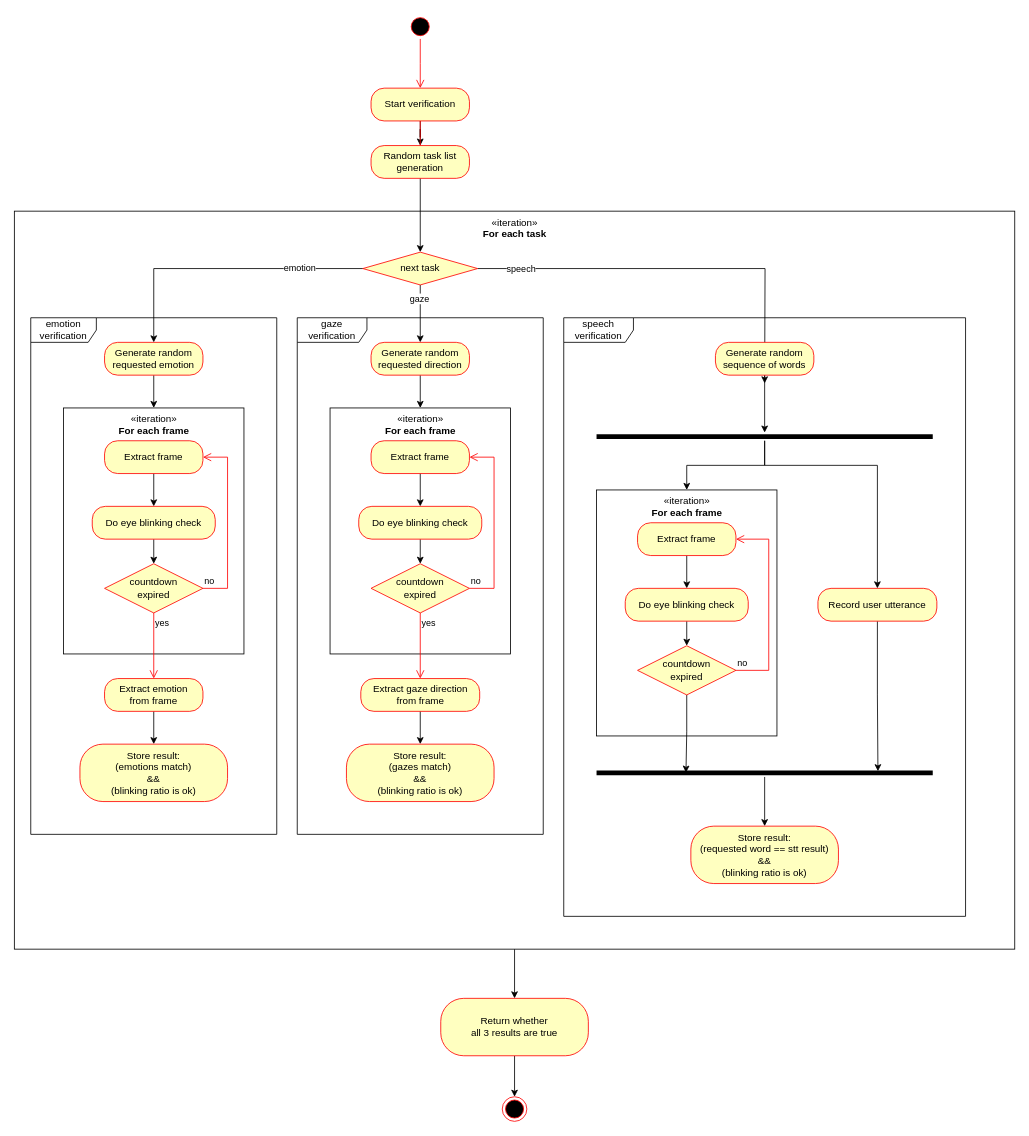
Before: docs/fusion-activity-diagram.drawio in IdentiMood/LittleAntispoof, a draw.io diagram. Source tidied: cells renumbered, new cells numbered last; positions are measured from the earlier drawing's top-left corner, leaving out a move shared by most shapes. Both pictures are drawn from the tidied source at 82%, with x=0, y=0 at pixel (14, 14).
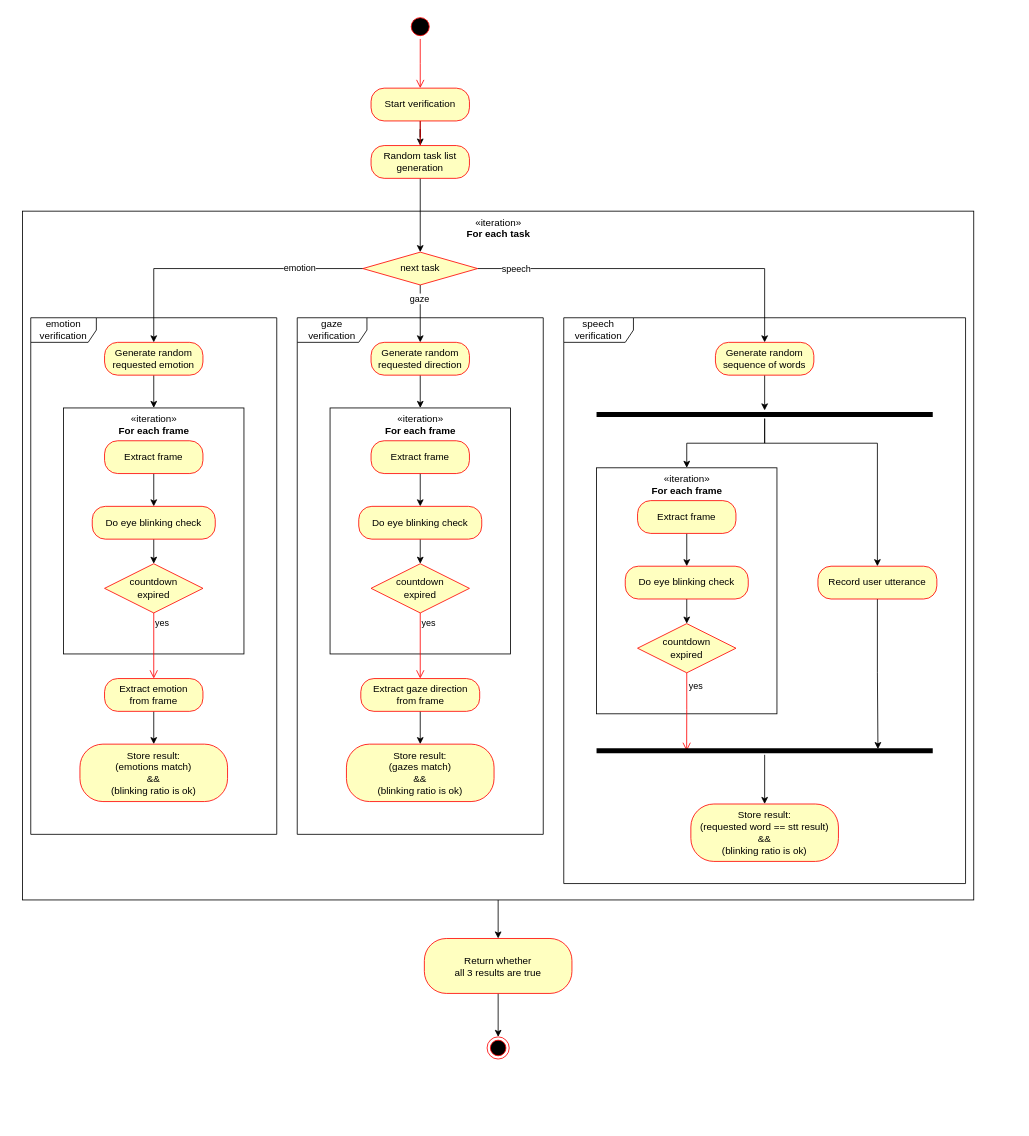
After the change.

Commit message:
Update activity diagram

Unchanged cells that the change refers to:
```xml
<mxCell id="17" value="Extract frame" style="rounded=1;whiteSpace=wrap;html=1;arcSize=40;fontColor=#000000;fillColor=#ffffc0;strokeColor=#ff0000;" parent="1" vertex="1">
  <mxGeometry x="110" y="520" width="120" height="40" as="geometry" />
</mxCell>
<mxCell id="20" value="countdown&lt;br&gt;expired" style="rhombus;whiteSpace=wrap;html=1;fillColor=#ffffc0;strokeColor=#ff0000;" parent="1" vertex="1">
  <mxGeometry x="110" y="670" width="120" height="60" as="geometry" />
</mxCell>
<mxCell id="32" value="next task" style="rhombus;whiteSpace=wrap;html=1;fillColor=#ffffc0;strokeColor=#ff0000;" parent="1" vertex="1">
  <mxGeometry x="425" y="290" width="140" height="40" as="geometry" />
</mxCell>
<mxCell id="38" value="Extract frame" style="rounded=1;whiteSpace=wrap;html=1;arcSize=40;fontColor=#000000;fillColor=#ffffc0;strokeColor=#ff0000;" parent="1" vertex="1">
  <mxGeometry x="435" y="520" width="120" height="40" as="geometry" />
</mxCell>
<mxCell id="41" value="countdown&lt;br&gt;expired" style="rhombus;whiteSpace=wrap;html=1;fillColor=#ffffc0;strokeColor=#ff0000;" parent="1" vertex="1">
  <mxGeometry x="435" y="670" width="120" height="60" as="geometry" />
</mxCell>
<mxCell id="48" value="Generate random sequence of words" style="rounded=1;whiteSpace=wrap;html=1;arcSize=40;fontColor=#000000;fillColor=#ffffc0;strokeColor=#ff0000;" parent="1" vertex="1">
  <mxGeometry x="855" y="400" width="120" height="40" as="geometry" />
</mxCell>
```

What changed in the source:
```diff
@@
     <mxCell id="3" value="«iteration»&lt;br&gt;&lt;b&gt;For each task&lt;/b&gt;" style="html=1;verticalAlign=top;" parent="1" vertex="1">
-      <mxGeometry y="240" width="1220" height="900" as="geometry" />
+      <mxGeometry x="10" y="240" width="1160" height="840" as="geometry" />
     </mxCell>
     <mxCell id="4" value="speech&lt;br&gt;verification" style="shape=umlFrame;whiteSpace=wrap;html=1;width=85;height=30;" parent="1" vertex="1">
-      <mxGeometry x="670" y="370" width="490" height="730" as="geometry" />
+      <mxGeometry x="670" y="370" width="490" height="690" as="geometry" />
     </mxCell>
@@
-    <mxCell id="21" value="no" style="edgeStyle=orthogonalEdgeStyle;html=1;align=left;verticalAlign=bottom;endArrow=open;endSize=8;strokeColor=#ff0000;rounded=0;entryX=1;entryY=0.5;entryDx=0;entryDy=0;" parent="1" edge="1" source="20" target="17">
-      <mxGeometry x="-1" relative="1" as="geometry">
-        <Array as="points">
-          <mxPoint x="260" y="700" />
-          <mxPoint x="260" y="540" />
-        </Array>
-      </mxGeometry>
-    </mxCell>
@@
-    <mxCell id="30" style="edgeStyle=orthogonalEdgeStyle;rounded=0;jettySize=auto;html=1;entryX=0.5;entryY=0;entryDx=0;entryDy=0;" parent="1" edge="1" source="32">
-      <mxGeometry relative="1" as="geometry">
-        <mxPoint x="915" y="450" as="targetPoint" />
-      </mxGeometry>
+    <mxCell id="30" style="edgeStyle=orthogonalEdgeStyle;rounded=0;jettySize=auto;html=1;entryX=0.5;entryY=0;entryDx=0;entryDy=0;" parent="1" edge="1" source="32" target="48">
+      <mxGeometry relative="1" as="geometry" />
     </mxCell>
@@
-    <mxCell id="42" value="no" style="edgeStyle=orthogonalEdgeStyle;html=1;align=left;verticalAlign=bottom;endArrow=open;endSize=8;strokeColor=#ff0000;rounded=0;entryX=1;entryY=0.5;entryDx=0;entryDy=0;" parent="1" edge="1" source="41" target="38">
-      <mxGeometry x="-1" relative="1" as="geometry">
-        <Array as="points">
-          <mxPoint x="585" y="700" />
-          <mxPoint x="585" y="540" />
-        </Array>
-      </mxGeometry>
-    </mxCell>
@@
     <mxCell id="49" value="«iteration»&lt;br&gt;&lt;b&gt;For each frame&lt;/b&gt;" style="html=1;verticalAlign=top;" parent="1" vertex="1">
-      <mxGeometry x="710" y="580" width="220" height="300" as="geometry" />
+      <mxGeometry x="710" y="553" width="220" height="300" as="geometry" />
     </mxCell>
@@
     <mxCell id="51" value="Extract frame" style="rounded=1;whiteSpace=wrap;html=1;arcSize=40;fontColor=#000000;fillColor=#ffffc0;strokeColor=#ff0000;" parent="1" vertex="1">
-      <mxGeometry x="760" y="620" width="120" height="40" as="geometry" />
+      <mxGeometry x="760" y="593" width="120" height="40" as="geometry" />
     </mxCell>
@@
     <mxCell id="53" value="Do eye blinking check" style="rounded=1;whiteSpace=wrap;html=1;arcSize=40;fontColor=#000000;fillColor=#ffffc0;strokeColor=#ff0000;" parent="1" vertex="1">
-      <mxGeometry x="745" y="700" width="150" height="40" as="geometry" />
+      <mxGeometry x="745" y="673" width="150" height="40" as="geometry" />
     </mxCell>
-    <mxCell id="54" style="edgeStyle=orthogonalEdgeStyle;rounded=0;jettySize=auto;html=1;entryX=0.266;entryY=0.471;entryDx=0;entryDy=0;entryPerimeter=0;" parent="1" edge="1" source="55" target="64">
+    <mxCell id="54" style="edgeStyle=orthogonalEdgeStyle;rounded=0;jettySize=auto;html=1;entryX=0.268;entryY=0.533;entryDx=0;entryDy=0;entryPerimeter=0;strokeColor=#FF0000;endArrow=open;endFill=0;endSize=8;" parent="1" edge="1" source="55" target="64">
       <mxGeometry relative="1" as="geometry" />
     </mxCell>
+    <mxCell id="68" value="yes" style="edgeLabel;html=1;align=center;verticalAlign=middle;" parent="54" vertex="1">
+      <mxGeometry x="-0.67" y="-2" relative="1" as="geometry">
+        <mxPoint x="12" y="-1" as="offset" />
+      </mxGeometry>
+    </mxCell>
     <mxCell id="55" value="countdown&lt;br&gt;expired" style="rhombus;whiteSpace=wrap;html=1;fillColor=#ffffc0;strokeColor=#ff0000;" parent="1" vertex="1">
-      <mxGeometry x="760" y="770" width="120" height="60" as="geometry" />
+      <mxGeometry x="760" y="743" width="120" height="60" as="geometry" />
     </mxCell>
-    <mxCell id="56" value="no" style="edgeStyle=orthogonalEdgeStyle;html=1;align=left;verticalAlign=bottom;endArrow=open;endSize=8;strokeColor=#ff0000;rounded=0;entryX=1;entryY=0.5;entryDx=0;entryDy=0;" parent="1" edge="1" source="55" target="51">
-      <mxGeometry x="-1" relative="1" as="geometry">
-        <Array as="points">
-          <mxPoint x="920" y="800" />
-          <mxPoint x="920" y="640" />
-        </Array>
-      </mxGeometry>
-    </mxCell>
     <mxCell id="57" value="Store result:&lt;br&gt;(requested word == stt result)&lt;br&gt;&amp;amp;&amp;amp;&lt;br&gt;(blinking ratio is ok)" style="rounded=1;whiteSpace=wrap;html=1;arcSize=40;fontColor=#000000;fillColor=#ffffc0;strokeColor=#ff0000;" parent="1" vertex="1">
-      <mxGeometry x="825" y="990" width="180" height="70" as="geometry" />
+      <mxGeometry x="825" y="963" width="180" height="70" as="geometry" />
     </mxCell>
@@
     <mxCell id="59" value="Record user utterance" style="rounded=1;whiteSpace=wrap;html=1;arcSize=40;fontColor=#000000;fillColor=#ffffc0;strokeColor=#ff0000;" parent="1" vertex="1">
-      <mxGeometry x="980" y="700" width="145" height="40" as="geometry" />
+      <mxGeometry x="980" y="673" width="145" height="40" as="geometry" />
     </mxCell>
     <mxCell id="60" style="edgeStyle=orthogonalEdgeStyle;rounded=0;jettySize=auto;html=1;entryX=0.5;entryY=0;entryDx=0;entryDy=0;" parent="1" edge="1" source="62" target="59">
       <mxGeometry relative="1" as="geometry">
         <Array as="points">
-          <mxPoint x="915" y="550" />
-          <mxPoint x="1053" y="550" />
+          <mxPoint x="915" y="523" />
+          <mxPoint x="1053" y="523" />
         </Array>
       </mxGeometry>
     </mxCell>
@@
     <mxCell id="62" style="shape=line;html=1;strokeWidth=6;strokeColor=#000000;" parent="1" vertex="1">
-      <mxGeometry x="710" y="510" width="410" height="10" as="geometry" />
+      <mxGeometry x="710" y="483" width="410" height="10" as="geometry" />
     </mxCell>
@@
     <mxCell id="64" style="shape=line;html=1;strokeWidth=6;strokeColor=#000000;" parent="1" vertex="1">
-      <mxGeometry x="710" y="920" width="410" height="10" as="geometry" />
+      <mxGeometry x="710" y="893" width="410" height="10" as="geometry" />
     </mxCell>
@@
     <mxCell id="66" value="&lt;div&gt;Return whether&lt;/div&gt;&lt;div&gt;all 3 results are true&lt;/div&gt;" style="rounded=1;whiteSpace=wrap;html=1;arcSize=40;fontColor=#000000;fillColor=#ffffc0;strokeColor=#ff0000;" parent="1" vertex="1">
-      <mxGeometry x="520" y="1200" width="180" height="70" as="geometry" />
+      <mxGeometry x="500" y="1127" width="180" height="67" as="geometry" />
     </mxCell>
     <mxCell id="67" style="ellipse;html=1;shape=endState;fillColor=#000000;strokeColor=#ff0000;" parent="1" vertex="1">
-      <mxGeometry x="595" y="1320" width="30" height="30" as="geometry" />
+      <mxGeometry x="576.5" y="1247" width="27" height="27" as="geometry" />
     </mxCell>
```
